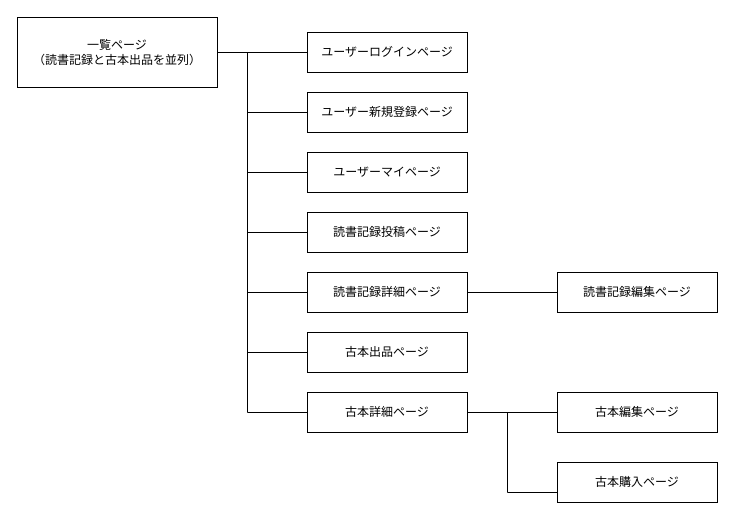
hanother3/bookdock keeps this draw.io diagram as bookdock2.dio. Above is the earlier version. Source tidied: cells renumbered, new cells numbered last; positions are measured from the earlier drawing's top-left corner, leaving out a move shared by most shapes. Both pictures are drawn from the tidied source at 100%, with x=0, y=0 at pixel (17, 17).
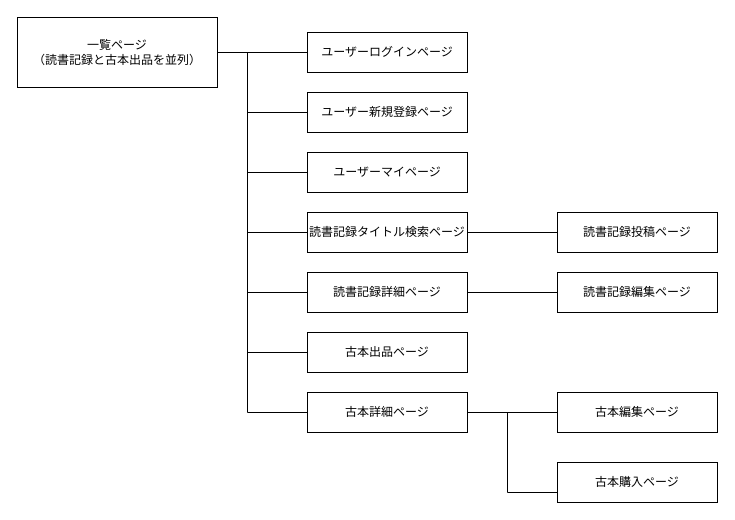
Above is the later version.

What changed in the source:
```diff
@@
+    <mxCell id="24" style="edgeStyle=none;html=1;endArrow=none;endFill=0;" parent="1" edge="1" source="13" target="25">
+      <mxGeometry relative="1" as="geometry" />
+    </mxCell>
-    <mxCell id="13" value="読書記録投稿ページ" style="whiteSpace=wrap;html=1;align=center;" parent="1" vertex="1">
+    <mxCell id="13" value="読書記録タイトル検索ページ" style="whiteSpace=wrap;html=1;align=center;" parent="1" vertex="1">
       <mxGeometry x="290" y="195" width="160" height="40" as="geometry" />
     </mxCell>
@@
+    <mxCell id="25" value="読書記録投稿ページ" style="whiteSpace=wrap;html=1;align=center;" parent="1" vertex="1">
+      <mxGeometry x="540" y="195" width="160" height="40" as="geometry" />
+    </mxCell>
```
